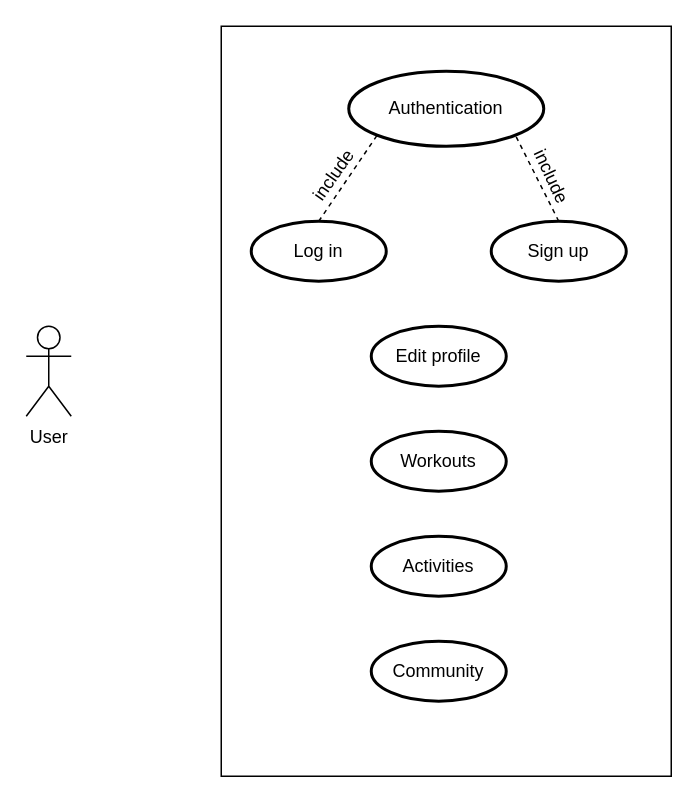
Before: Docs./Usecase.drawio in ShadiMe-flutter/Workout, a draw.io diagram. Source tidied: cells renumbered, new cells numbered last; positions are measured from the earlier drawing's top-left corner, leaving out a move shared by most shapes. Both pictures are drawn from the tidied source at 150%, with x=0, y=0 at pixel (26, 26).
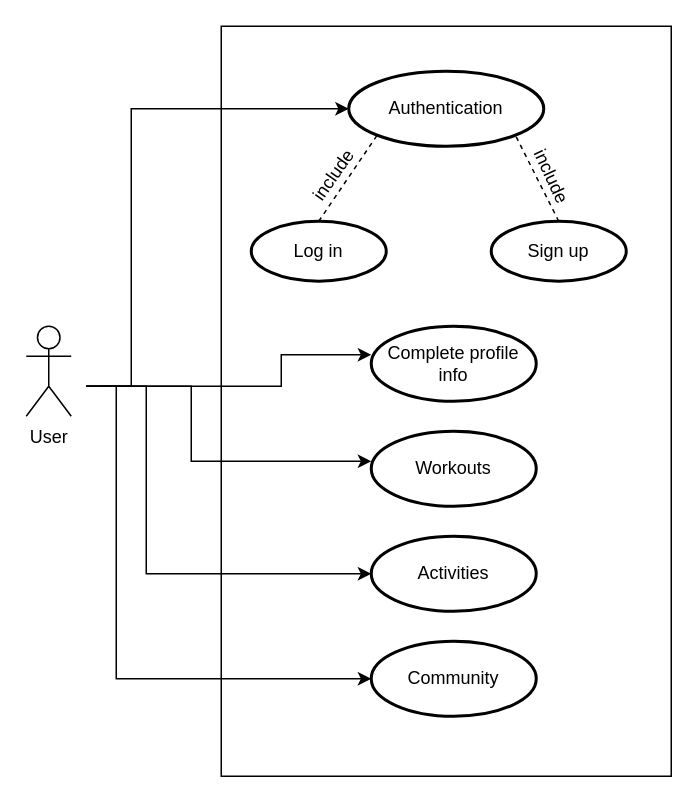
The same page after the edit.

The change refers to these unchanged cells:
```xml
<mxCell id="4" value="Authentication" style="strokeWidth=2;html=1;shape=mxgraph.flowchart.start_1;whiteSpace=wrap;" parent="1" vertex="1">
  <mxGeometry x="215" y="30" width="130" height="50" as="geometry" />
</mxCell>
```

Diff of the diagram source:
```diff
@@
     <mxCell id="11" value="Community" style="strokeWidth=2;html=1;shape=mxgraph.flowchart.start_1;whiteSpace=wrap;" parent="1" vertex="1">
-      <mxGeometry x="230" y="410" width="90" height="40" as="geometry" />
+      <mxGeometry x="230" y="410" width="110" height="50" as="geometry" />
     </mxCell>
     <mxCell id="12" value="Activities" style="strokeWidth=2;html=1;shape=mxgraph.flowchart.start_1;whiteSpace=wrap;" parent="1" vertex="1">
-      <mxGeometry x="230" y="340" width="90" height="40" as="geometry" />
+      <mxGeometry x="230" y="340" width="110" height="50" as="geometry" />
     </mxCell>
     <mxCell id="13" value="Workouts" style="strokeWidth=2;html=1;shape=mxgraph.flowchart.start_1;whiteSpace=wrap;" parent="1" vertex="1">
-      <mxGeometry x="230" y="270" width="90" height="40" as="geometry" />
+      <mxGeometry x="230" y="270" width="110" height="50" as="geometry" />
     </mxCell>
-    <mxCell id="14" value="Edit profile" style="strokeWidth=2;html=1;shape=mxgraph.flowchart.start_1;whiteSpace=wrap;" parent="1" vertex="1">
-      <mxGeometry x="230" y="200" width="90" height="40" as="geometry" />
+    <mxCell id="14" value="Complete profile info" style="strokeWidth=2;html=1;shape=mxgraph.flowchart.start_1;whiteSpace=wrap;" parent="1" vertex="1">
+      <mxGeometry x="230" y="200" width="110" height="50" as="geometry" />
     </mxCell>
+    <mxCell id="15" style="edgeStyle=orthogonalEdgeStyle;rounded=0;jettySize=auto;html=1;entryX=0;entryY=0.5;entryDx=0;entryDy=0;entryPerimeter=0;" parent="1" edge="1" target="11">
+      <mxGeometry relative="1" as="geometry">
+        <mxPoint x="40" y="240" as="sourcePoint" />
+        <Array as="points">
+          <mxPoint x="60" y="240" />
+          <mxPoint x="60" y="435" />
+        </Array>
+      </mxGeometry>
+    </mxCell>
+    <mxCell id="16" style="edgeStyle=orthogonalEdgeStyle;rounded=0;jettySize=auto;html=1;entryX=0;entryY=0.5;entryDx=0;entryDy=0;entryPerimeter=0;" parent="1" edge="1" target="12">
+      <mxGeometry relative="1" as="geometry">
+        <mxPoint x="40" y="240" as="sourcePoint" />
+        <Array as="points">
+          <mxPoint x="80" y="240" />
+          <mxPoint x="80" y="365" />
+        </Array>
+      </mxGeometry>
+    </mxCell>
+    <mxCell id="17" style="edgeStyle=orthogonalEdgeStyle;rounded=0;orthogonalLoop=1;jettySize=auto;html=1;" parent="1" edge="1">
+      <mxGeometry relative="1" as="geometry">
+        <mxPoint x="50" y="240" as="sourcePoint" />
+        <mxPoint x="230" y="290" as="targetPoint" />
+        <Array as="points">
+          <mxPoint x="50" y="240" />
+          <mxPoint x="110" y="240" />
+          <mxPoint x="110" y="290" />
+        </Array>
+      </mxGeometry>
+    </mxCell>
+    <mxCell id="18" style="edgeStyle=orthogonalEdgeStyle;rounded=0;orthogonalLoop=1;jettySize=auto;html=1;" parent="1" edge="1">
+      <mxGeometry relative="1" as="geometry">
+        <mxPoint x="40" y="240" as="sourcePoint" />
+        <mxPoint x="230" y="219" as="targetPoint" />
+        <Array as="points">
+          <mxPoint x="170" y="240" />
+          <mxPoint x="170" y="219" />
+        </Array>
+      </mxGeometry>
+    </mxCell>
+    <mxCell id="19" style="edgeStyle=orthogonalEdgeStyle;rounded=0;jettySize=auto;html=1;entryX=0;entryY=0.5;entryDx=0;entryDy=0;entryPerimeter=0;" parent="1" edge="1" target="4">
+      <mxGeometry relative="1" as="geometry">
+        <mxPoint x="40" y="240" as="sourcePoint" />
+        <Array as="points">
+          <mxPoint x="70" y="240" />
+          <mxPoint x="70" y="55" />
+        </Array>
+      </mxGeometry>
+    </mxCell>
```
